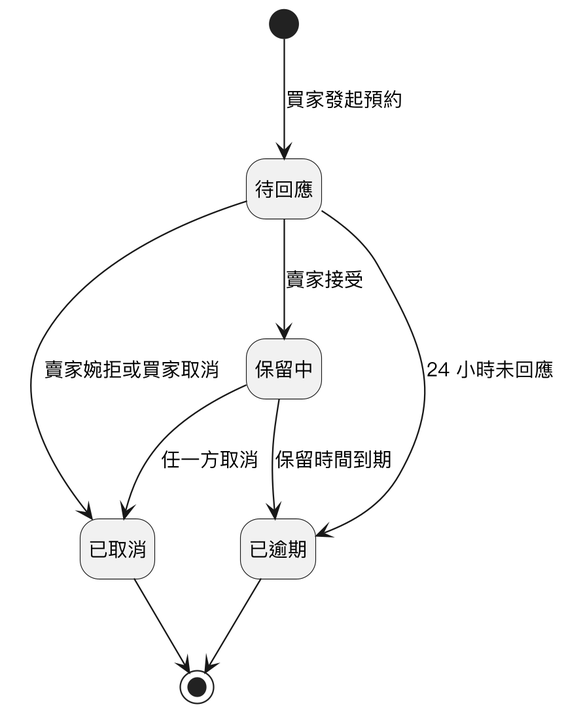
SaveMyBook/SaveMyBook keeps this PlantUML diagram as Diagrams/State Machine/v3/state_reservation.png. Above is the earlier version.
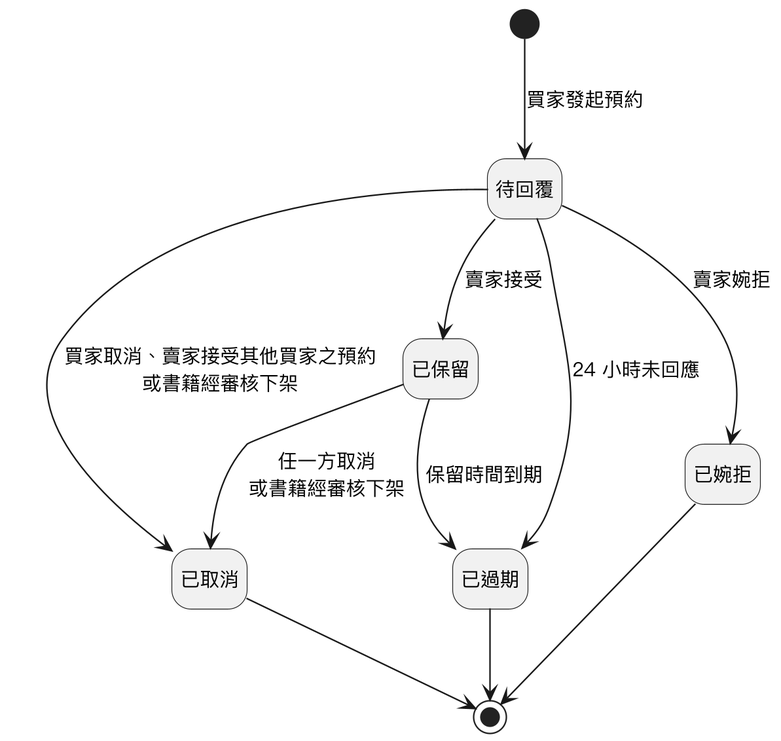
The same file after the commit.

Change to the diagram source:
```diff
@@ -6,12 +6,14 @@
 skinparam defaultFontSize 13
 hide empty description
 
-[*] --> 待回應 : 買家發起預約
-待回應 --> 保留中 : 賣家接受
-待回應 --> 已取消 : 賣家婉拒或買家取消
-待回應 --> 已逾期 : 24 小時未回應
-保留中 --> 已取消 : 任一方取消
-保留中 --> 已逾期 : 保留時間到期
+[*] --> 待回覆 : 買家發起預約
+待回覆 --> 已保留 : 賣家接受
+待回覆 --> 已婉拒 : 賣家婉拒
+待回覆 --> 已取消 : 買家取消、賣家接受其他買家之預約\n或書籍經審核下架
+待回覆 --> 已過期 : 24 小時未回應
+已保留 --> 已取消 : 任一方取消\n或書籍經審核下架
+已保留 --> 已過期 : 保留時間到期
 已取消 --> [*]
-已逾期 --> [*]
+已婉拒 --> [*]
+已過期 --> [*]
 @enduml
```
